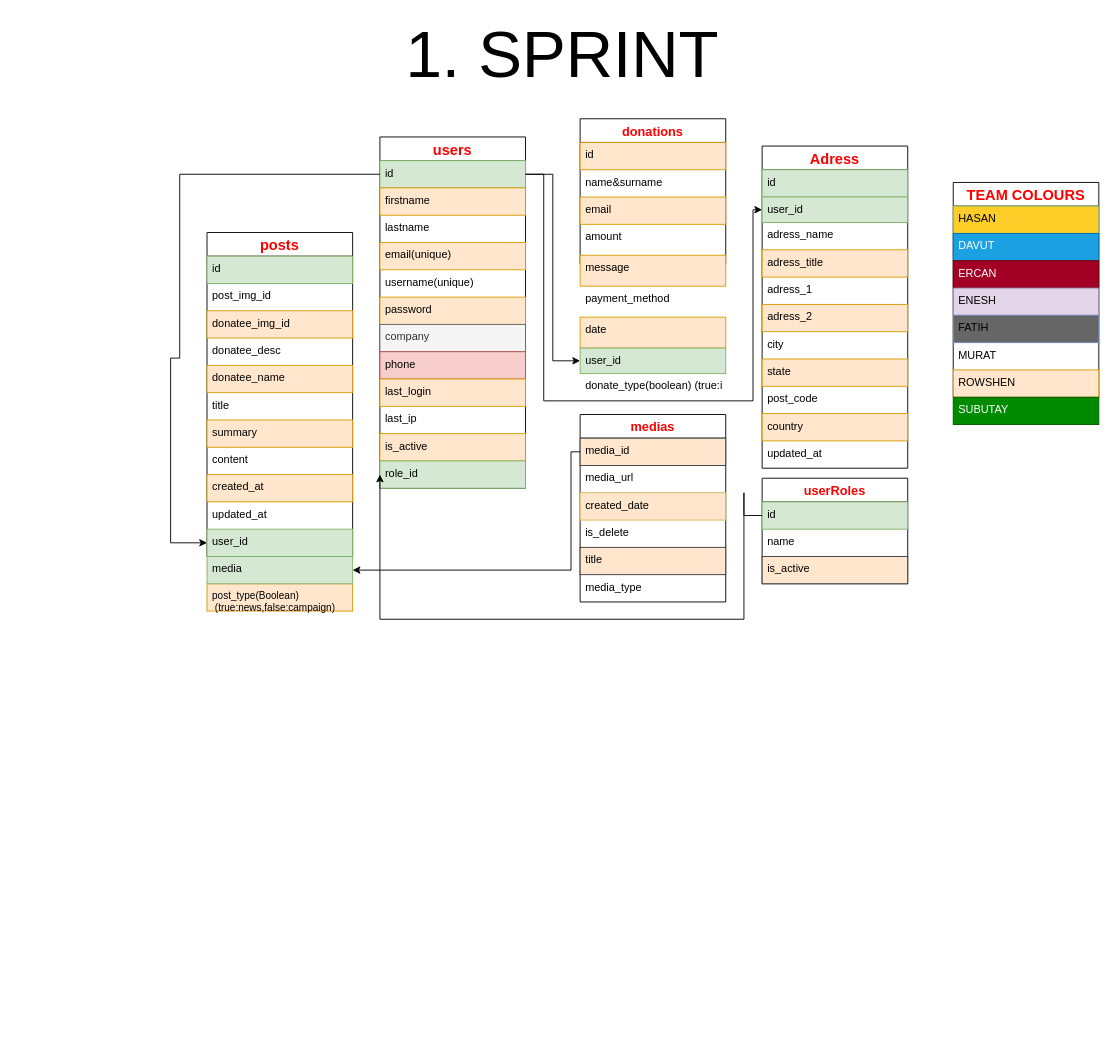
Hasankaca/Create_tables keeps this draw.io diagram as page "Page-1" (1 of 2) of Tables.drawio. Above is the earlier version. Source tidied: cells renumbered, new cells numbered last; positions are measured from the earlier drawing's top-left corner, leaving out a move shared by most shapes. Both pictures are drawn from the tidied source at 91%, with x=0, y=0 at pixel (170, 36).
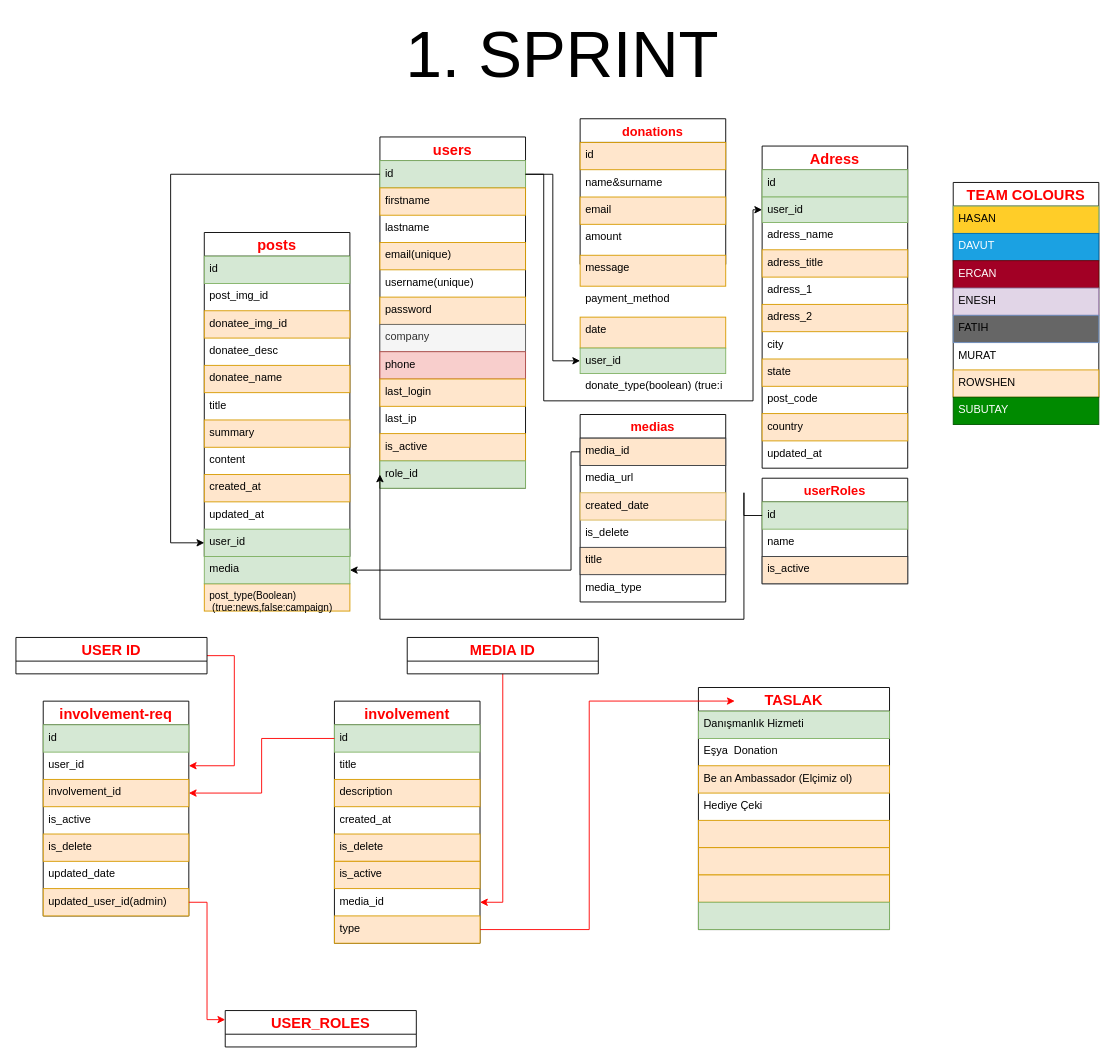
Above is the later version.

The change refers to these unchanged cells:
```xml
<mxCell id="4" value="id" style="text;strokeColor=#82b366;fillColor=#d5e8d4;spacingLeft=4;spacingRight=4;overflow=hidden;points=[[0,0.5],[1,0.5]];portConstraint=eastwest;fontSize=12;" parent="3" vertex="1">
  <mxGeometry y="26" width="160" height="30" as="geometry" />
</mxCell>
<mxCell id="27" value="user_id" style="text;strokeColor=#82b366;fillColor=#d5e8d4;spacingLeft=4;spacingRight=4;overflow=hidden;points=[[0,0.5],[1,0.5]];portConstraint=eastwest;fontSize=12;" parent="16" vertex="1">
  <mxGeometry y="326" width="160" height="30" as="geometry" />
</mxCell>
```

The edit, as a diff of the source:
```diff
@@
     <mxCell id="16" value="posts" style="swimlane;fontStyle=1;horizontal=1;startSize=26;align=center;fontSize=16;fontColor=#FF0000;" parent="1" vertex="1">
-      <mxGeometry x="40" y="215" width="160" height="356" as="geometry" />
+      <mxGeometry x="37" y="215" width="160" height="356" as="geometry" />
     </mxCell>
@@
     <mxCell id="70" value="post_type(Boolean)&#10; (true:news,false:campaign)" style="text;strokeColor=#d79b00;fillColor=#ffe6cc;spacingLeft=4;spacingRight=4;overflow=hidden;fontSize=11;" parent="1" vertex="1">
-      <mxGeometry x="40" y="601" width="160" height="30" as="geometry" />
+      <mxGeometry x="37" y="601" width="160" height="30" as="geometry" />
     </mxCell>
     <mxCell id="71" value="media" style="text;strokeColor=#82b366;fillColor=#d5e8d4;spacingLeft=4;spacingRight=4;overflow=hidden;points=[[0,0.5],[1,0.5]];portConstraint=eastwest;fontSize=12;" parent="1" vertex="1">
-      <mxGeometry x="40" y="571" width="160" height="30" as="geometry" />
+      <mxGeometry x="37" y="571" width="160" height="30" as="geometry" />
     </mxCell>
@@
     <mxCell id="75" style="edgeStyle=orthogonalEdgeStyle;rounded=0;jettySize=auto;html=1;" parent="1" edge="1" source="4" target="27">
       <mxGeometry relative="1" as="geometry">
         <Array as="points">
-          <mxPoint x="10" y="151" />
-          <mxPoint x="10" y="353" />
-          <mxPoint y="353" />
+          <mxPoint y="151" />
           <mxPoint y="556" />
         </Array>
       </mxGeometry>
     </mxCell>
@@
+    <mxCell id="77" value="involvement" style="swimlane;fontStyle=1;horizontal=1;startSize=26;align=center;fontSize=16;fontColor=#FF0000;" parent="1" vertex="1">
+      <mxGeometry x="180" y="730" width="160" height="266" as="geometry" />
+    </mxCell>
+    <mxCell id="78" value="id" style="text;strokeColor=#82b366;fillColor=#d5e8d4;spacingLeft=4;spacingRight=4;overflow=hidden;points=[[0,0.5],[1,0.5]];portConstraint=eastwest;fontSize=12;" parent="77" vertex="1">
+      <mxGeometry y="26" width="160" height="30" as="geometry" />
+    </mxCell>
+    <mxCell id="79" value="title&#10;" style="text;spacingLeft=4;spacingRight=4;overflow=hidden;fontSize=12;" parent="77" vertex="1">
+      <mxGeometry y="56" width="160" height="30" as="geometry" />
+    </mxCell>
+    <mxCell id="80" value="description" style="text;strokeColor=#d79b00;fillColor=#ffe6cc;spacingLeft=4;spacingRight=4;overflow=hidden;fontSize=12;" parent="77" vertex="1">
+      <mxGeometry y="86" width="160" height="30" as="geometry" />
+    </mxCell>
+    <mxCell id="81" value="created_at" style="text;spacingLeft=4;spacingRight=4;overflow=hidden;fontSize=12;" parent="77" vertex="1">
+      <mxGeometry y="116" width="160" height="30" as="geometry" />
+    </mxCell>
+    <mxCell id="82" value="is_delete" style="text;strokeColor=#d79b00;fillColor=#ffe6cc;spacingLeft=4;spacingRight=4;overflow=hidden;fontSize=12;" parent="77" vertex="1">
+      <mxGeometry y="146" width="160" height="30" as="geometry" />
+    </mxCell>
+    <mxCell id="83" value="is_active" style="text;strokeColor=#d79b00;fillColor=#ffe6cc;spacingLeft=4;spacingRight=4;overflow=hidden;fontSize=12;" parent="77" vertex="1">
+      <mxGeometry y="176" width="160" height="30" as="geometry" />
+    </mxCell>
+    <mxCell id="84" value="media_id" style="text;spacingLeft=4;spacingRight=4;overflow=hidden;points=[[0,0.5],[1,0.5]];portConstraint=eastwest;fontSize=12;" parent="77" vertex="1">
+      <mxGeometry y="206" width="160" height="30" as="geometry" />
+    </mxCell>
+    <mxCell id="85" value="type" style="text;strokeColor=#d79b00;fillColor=#ffe6cc;spacingLeft=4;spacingRight=4;overflow=hidden;points=[[0,0.5],[1,0.5]];portConstraint=eastwest;fontSize=12;" parent="77" vertex="1">
+      <mxGeometry y="236" width="160" height="30" as="geometry" />
+    </mxCell>
+    <mxCell id="86" value="involvement-req" style="swimlane;fontStyle=1;horizontal=1;startSize=26;align=center;fontSize=16;fontColor=#FF0000;" parent="1" vertex="1">
+      <mxGeometry x="-140" y="730" width="160" height="236" as="geometry" />
+    </mxCell>
+    <mxCell id="87" value="id" style="text;strokeColor=#82b366;fillColor=#d5e8d4;spacingLeft=4;spacingRight=4;overflow=hidden;fontSize=12;" parent="86" vertex="1">
+      <mxGeometry y="26" width="160" height="30" as="geometry" />
+    </mxCell>
+    <mxCell id="88" value="user_id" style="text;spacingLeft=4;spacingRight=4;overflow=hidden;points=[[0,0.5],[1,0.5]];portConstraint=eastwest;fontSize=12;" parent="86" vertex="1">
+      <mxGeometry y="56" width="160" height="30" as="geometry" />
+    </mxCell>
+    <mxCell id="89" value="involvement_id" style="text;strokeColor=#d79b00;fillColor=#ffe6cc;spacingLeft=4;spacingRight=4;overflow=hidden;points=[[0,0.5],[1,0.5]];portConstraint=eastwest;fontSize=12;" parent="86" vertex="1">
+      <mxGeometry y="86" width="160" height="30" as="geometry" />
+    </mxCell>
+    <mxCell id="90" value="is_active" style="text;spacingLeft=4;spacingRight=4;overflow=hidden;fontSize=12;" parent="86" vertex="1">
+      <mxGeometry y="116" width="160" height="30" as="geometry" />
+    </mxCell>
+    <mxCell id="91" value="is_delete" style="text;strokeColor=#d79b00;fillColor=#ffe6cc;spacingLeft=4;spacingRight=4;overflow=hidden;fontSize=12;" parent="86" vertex="1">
+      <mxGeometry y="146" width="160" height="30" as="geometry" />
+    </mxCell>
+    <mxCell id="92" value="updated_date" style="text;spacingLeft=4;spacingRight=4;overflow=hidden;fontSize=12;" parent="86" vertex="1">
+      <mxGeometry y="176" width="160" height="30" as="geometry" />
+    </mxCell>
+    <mxCell id="93" value="updated_user_id(admin)" style="text;strokeColor=#d79b00;fillColor=#ffe6cc;spacingLeft=4;spacingRight=4;overflow=hidden;points=[[0,0.5],[1,0.5]];portConstraint=eastwest;fontSize=12;" parent="86" vertex="1">
+      <mxGeometry y="206" width="160" height="30" as="geometry" />
+    </mxCell>
+    <mxCell id="94" value="TASLAK" style="swimlane;fontStyle=1;horizontal=1;startSize=26;align=center;fontSize=16;fontColor=#FF0000;" parent="1" vertex="1">
+      <mxGeometry x="580" y="715" width="210" height="266" as="geometry" />
+    </mxCell>
+    <mxCell id="95" value="Danışmanlık Hizmeti" style="text;strokeColor=#82b366;fillColor=#d5e8d4;spacingLeft=4;spacingRight=4;overflow=hidden;fontSize=12;" parent="94" vertex="1">
+      <mxGeometry y="26" width="210" height="30" as="geometry" />
+    </mxCell>
+    <mxCell id="96" value="Eşya  Donation" style="text;spacingLeft=4;spacingRight=4;overflow=hidden;fontSize=12;" parent="94" vertex="1">
+      <mxGeometry y="56" width="210" height="30" as="geometry" />
+    </mxCell>
+    <mxCell id="97" value="Be an Ambassador (Elçimiz ol)" style="text;strokeColor=#d79b00;fillColor=#ffe6cc;spacingLeft=4;spacingRight=4;overflow=hidden;fontSize=12;" parent="94" vertex="1">
+      <mxGeometry y="86" width="210" height="30" as="geometry" />
+    </mxCell>
+    <mxCell id="98" value="Hediye Çeki" style="text;spacingLeft=4;spacingRight=4;overflow=hidden;fontSize=12;" parent="94" vertex="1">
+      <mxGeometry y="116" width="210" height="30" as="geometry" />
+    </mxCell>
+    <mxCell id="99" style="text;strokeColor=#d79b00;fillColor=#ffe6cc;spacingLeft=4;spacingRight=4;overflow=hidden;fontSize=12;" parent="94" vertex="1">
+      <mxGeometry y="146" width="210" height="30" as="geometry" />
+    </mxCell>
+    <mxCell id="100" style="text;strokeColor=#d79b00;fillColor=#ffe6cc;spacingLeft=4;spacingRight=4;overflow=hidden;fontSize=12;" parent="94" vertex="1">
+      <mxGeometry y="176" width="210" height="30" as="geometry" />
+    </mxCell>
+    <mxCell id="101" style="text;strokeColor=#d79b00;fillColor=#ffe6cc;spacingLeft=4;spacingRight=4;overflow=hidden;fontSize=12;" parent="94" vertex="1">
+      <mxGeometry y="206" width="210" height="30" as="geometry" />
+    </mxCell>
+    <mxCell id="102" style="text;strokeColor=#82b366;fillColor=#d5e8d4;spacingLeft=4;spacingRight=4;overflow=hidden;fontSize=12;" parent="94" vertex="1">
+      <mxGeometry y="236" width="210" height="30" as="geometry" />
+    </mxCell>
+    <mxCell id="103" style="edgeStyle=orthogonalEdgeStyle;rounded=0;jettySize=auto;html=1;strokeColor=#FF0000;" parent="1" edge="1" source="104" target="88">
+      <mxGeometry relative="1" as="geometry">
+        <Array as="points">
+          <mxPoint x="70" y="680" />
+          <mxPoint x="70" y="801" />
+        </Array>
+      </mxGeometry>
+    </mxCell>
+    <mxCell id="104" value="USER ID" style="swimlane;fontStyle=1;horizontal=1;startSize=26;align=center;fontSize=16;fontColor=#FF0000;" parent="1" vertex="1">
+      <mxGeometry x="-170" y="660" width="210" height="40" as="geometry" />
+    </mxCell>
+    <mxCell id="105" style="edgeStyle=orthogonalEdgeStyle;rounded=0;jettySize=auto;html=1;strokeColor=#FF0000;" parent="1" edge="1" source="106" target="84">
+      <mxGeometry relative="1" as="geometry" />
+    </mxCell>
+    <mxCell id="106" value="MEDIA ID" style="swimlane;fontStyle=1;horizontal=1;startSize=26;align=center;fontSize=16;fontColor=#FF0000;" parent="1" vertex="1">
+      <mxGeometry x="260" y="660" width="210" height="40" as="geometry" />
+    </mxCell>
+    <mxCell id="107" style="edgeStyle=orthogonalEdgeStyle;rounded=0;jettySize=auto;html=1;strokeColor=#FF0000;" parent="1" edge="1" source="78" target="89">
+      <mxGeometry relative="1" as="geometry" />
+    </mxCell>
+    <mxCell id="108" style="edgeStyle=orthogonalEdgeStyle;rounded=0;jettySize=auto;html=1;entryX=0.19;entryY=0.056;entryDx=0;entryDy=0;entryPerimeter=0;strokeColor=#FF0000;" parent="1" edge="1" source="85" target="94">
+      <mxGeometry relative="1" as="geometry" />
+    </mxCell>
+    <mxCell id="109" value="USER_ROLES" style="swimlane;fontStyle=1;horizontal=1;startSize=26;align=center;fontSize=16;fontColor=#FF0000;" parent="1" vertex="1">
+      <mxGeometry x="60" y="1070" width="210" height="40" as="geometry" />
+    </mxCell>
+    <mxCell id="110" style="edgeStyle=orthogonalEdgeStyle;rounded=0;jettySize=auto;html=1;entryX=0;entryY=0.25;entryDx=0;entryDy=0;strokeColor=#FF0000;" parent="1" edge="1" source="93" target="109">
+      <mxGeometry relative="1" as="geometry" />
+    </mxCell>
```
